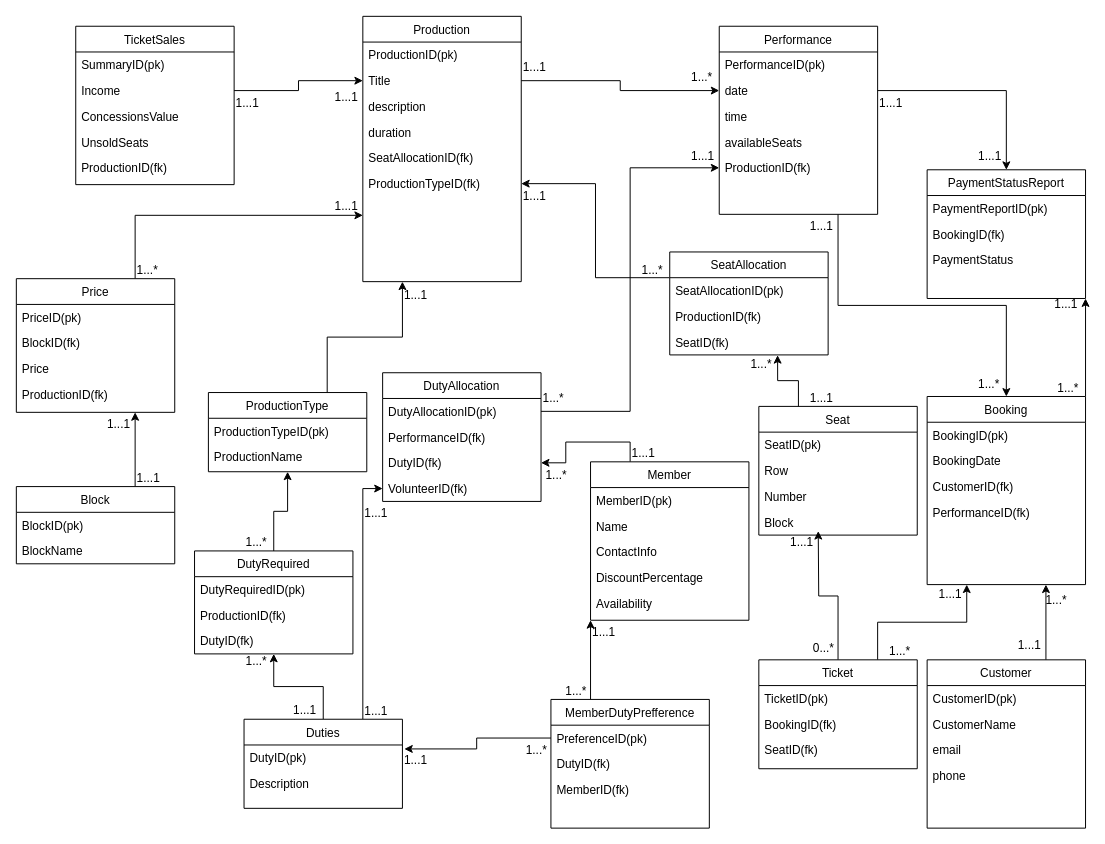
iamheetp/ecomstore keeps this draw.io diagram as Untitled Diagram.drawio. Above is the earlier version. Source tidied: cells renumbered, new cells numbered last; positions are measured from the earlier drawing's top-left corner, leaving out a move shared by most shapes. Both pictures are drawn from the tidied source at 99%, with x=0, y=0 at pixel (16, 16).
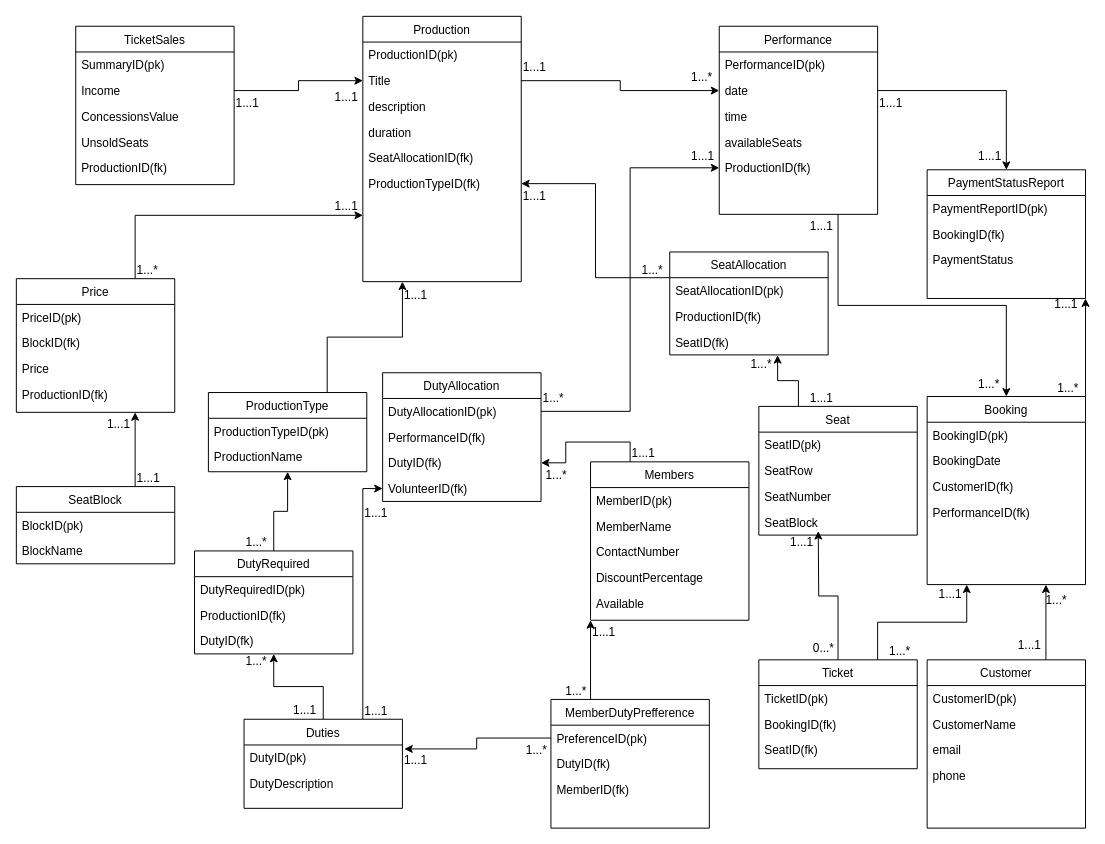
The same diagram, later.

Unchanged cells that the change refers to:
```xml
<mxCell id="2" value="Seat" style="swimlane;fontStyle=0;align=center;verticalAlign=top;horizontal=1;startSize=26;rounded=0;shadow=0;strokeWidth=1;" parent="1" vertex="1">
  <mxGeometry x="750" y="394" width="160" height="130" as="geometry" />
</mxCell>
<mxCell id="34" value="Duties" style="swimlane;fontStyle=0;align=center;verticalAlign=top;horizontal=1;startSize=26;rounded=0;shadow=0;strokeWidth=1;" parent="1" vertex="1">
  <mxGeometry x="230" y="710" width="160" height="90" as="geometry" />
</mxCell>
```

What changed in the source:
```diff
@@
-    <mxCell id="4" value="Row" style="text;align=left;verticalAlign=top;spacingLeft=4;spacingRight=4;overflow=hidden;rounded=0;shadow=0;html=0;" parent="2" vertex="1">
+    <mxCell id="4" value="SeatRow" style="text;align=left;verticalAlign=top;spacingLeft=4;spacingRight=4;overflow=hidden;rounded=0;shadow=0;html=0;" parent="2" vertex="1">
       <mxGeometry y="52" width="160" height="26" as="geometry" />
     </mxCell>
-    <mxCell id="5" value="Number" style="text;align=left;verticalAlign=top;spacingLeft=4;spacingRight=4;overflow=hidden;rounded=0;shadow=0;html=0;" parent="2" vertex="1">
+    <mxCell id="5" value="SeatNumber" style="text;align=left;verticalAlign=top;spacingLeft=4;spacingRight=4;overflow=hidden;rounded=0;shadow=0;html=0;" parent="2" vertex="1">
       <mxGeometry y="78" width="160" height="26" as="geometry" />
     </mxCell>
-    <mxCell id="6" value="Block" style="text;align=left;verticalAlign=top;spacingLeft=4;spacingRight=4;overflow=hidden;rounded=0;shadow=0;html=0;" parent="2" vertex="1">
+    <mxCell id="6" value="SeatBlock" style="text;align=left;verticalAlign=top;spacingLeft=4;spacingRight=4;overflow=hidden;rounded=0;shadow=0;html=0;" parent="2" vertex="1">
       <mxGeometry y="104" width="160" height="26" as="geometry" />
     </mxCell>
@@
-    <mxCell id="36" value="Description" style="text;align=left;verticalAlign=top;spacingLeft=4;spacingRight=4;overflow=hidden;rounded=0;shadow=0;html=0;" parent="34" vertex="1">
+    <mxCell id="36" value="DutyDescription" style="text;align=left;verticalAlign=top;spacingLeft=4;spacingRight=4;overflow=hidden;rounded=0;shadow=0;html=0;" parent="34" vertex="1">
       <mxGeometry y="52" width="160" height="26" as="geometry" />
     </mxCell>
@@
-    <mxCell id="56" value="Member" style="swimlane;fontStyle=0;align=center;verticalAlign=top;horizontal=1;startSize=26;rounded=0;shadow=0;strokeWidth=1;" parent="1" vertex="1">
+    <mxCell id="56" value="Members" style="swimlane;fontStyle=0;align=center;verticalAlign=top;horizontal=1;startSize=26;rounded=0;shadow=0;strokeWidth=1;" parent="1" vertex="1">
       <mxGeometry x="580" y="450" width="160" height="160" as="geometry" />
     </mxCell>
@@
-    <mxCell id="58" value="Name" style="text;align=left;verticalAlign=top;spacingLeft=4;spacingRight=4;overflow=hidden;rounded=0;shadow=0;html=0;" parent="56" vertex="1">
+    <mxCell id="58" value="MemberName" style="text;align=left;verticalAlign=top;spacingLeft=4;spacingRight=4;overflow=hidden;rounded=0;shadow=0;html=0;" parent="56" vertex="1">
       <mxGeometry y="52" width="160" height="26" as="geometry" />
     </mxCell>
-    <mxCell id="59" value="ContactInfo" style="text;align=left;verticalAlign=top;spacingLeft=4;spacingRight=4;overflow=hidden;rounded=0;shadow=0;html=0;" parent="56" vertex="1">
+    <mxCell id="59" value="ContactNumber" style="text;align=left;verticalAlign=top;spacingLeft=4;spacingRight=4;overflow=hidden;rounded=0;shadow=0;html=0;" parent="56" vertex="1">
       <mxGeometry y="78" width="160" height="26" as="geometry" />
     </mxCell>
@@
-    <mxCell id="61" value="Availability" style="text;align=left;verticalAlign=top;spacingLeft=4;spacingRight=4;overflow=hidden;rounded=0;shadow=0;html=0;" parent="56" vertex="1">
+    <mxCell id="61" value="Available" style="text;align=left;verticalAlign=top;spacingLeft=4;spacingRight=4;overflow=hidden;rounded=0;shadow=0;html=0;" parent="56" vertex="1">
       <mxGeometry y="130" width="160" height="26" as="geometry" />
     </mxCell>
@@
-    <mxCell id="116" value="Block" style="swimlane;fontStyle=0;align=center;verticalAlign=top;horizontal=1;startSize=26;rounded=0;shadow=0;strokeWidth=1;" parent="1" vertex="1">
+    <mxCell id="116" value="SeatBlock" style="swimlane;fontStyle=0;align=center;verticalAlign=top;horizontal=1;startSize=26;rounded=0;shadow=0;strokeWidth=1;" parent="1" vertex="1">
       <mxGeometry y="475" width="160" height="78" as="geometry" />
     </mxCell>
```
